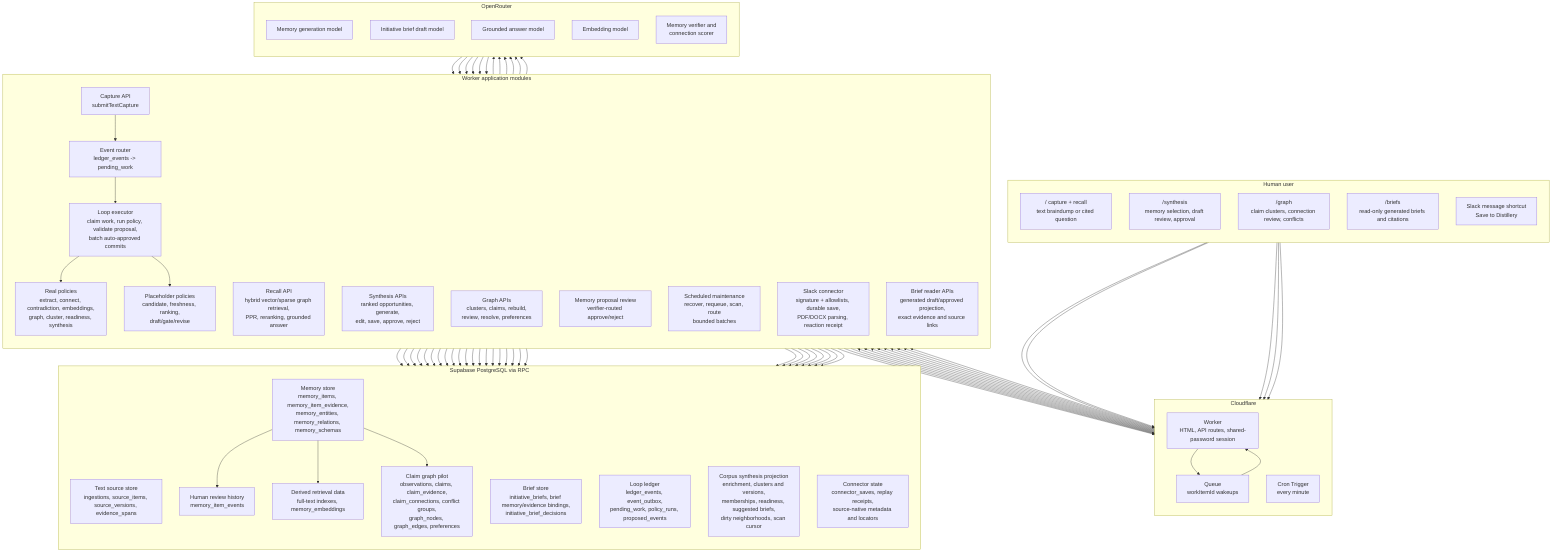
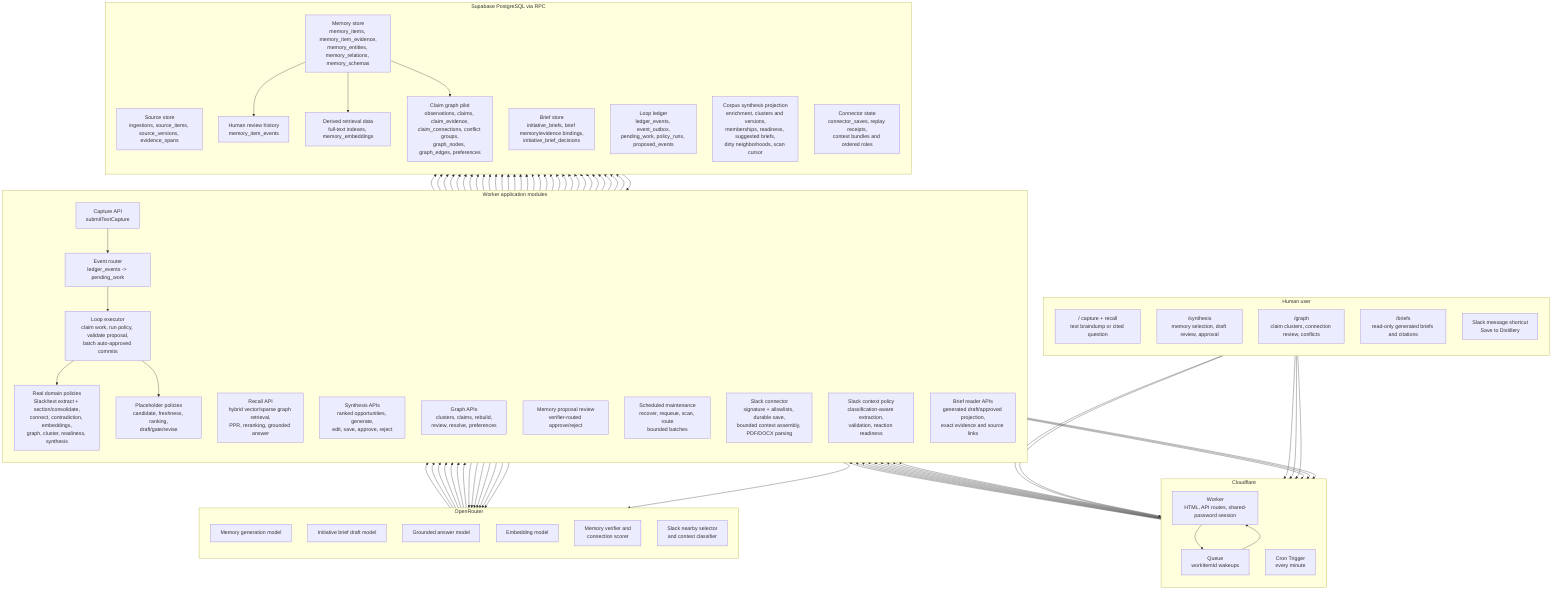
flowchart TB

%% DISTILLERY CURRENT SYSTEM
- %% Status: implemented private pilot through migration 0018 as of 2026-07-16.
+ %% Status: implemented private pilot through migration 0021 as of 2026-07-16.
%% PostgreSQL is canonical. Cloudflare Queue messages are wakeups only.

subgraph USER["Human user"]
  direction TB
  U1["/ capture + recall<br/>text braindump or cited question"]
  U2["/synthesis<br/>memory selection, draft review, approval"]
  U3["/graph<br/>claim clusters, connection review, conflicts"]
  U4["/briefs<br/>read-only generated briefs and citations"]
  U5["Slack message shortcut<br/>Save to Distillery"]
end

subgraph CF["Cloudflare"]
  direction TB
  W["Worker<br/>HTML, API routes, shared-password session"]
  Q["Queue<br/>workItemId wakeups"]
  CRON["Cron Trigger<br/>every minute"]
end

subgraph APP["Worker application modules"]
  direction TB
  A1["Capture API<br/>submitTextCapture"]
  A2["Recall API<br/>hybrid vector/sparse graph retrieval,<br/>PPR, reranking, grounded answer"]
  A3["Synthesis APIs<br/>ranked opportunities, generate,<br/>edit, save, approve, reject"]
  A4["Event router<br/>ledger_events -> pending_work"]
  A5["Loop executor<br/>claim work, run policy, validate proposal,<br/>batch auto-approved commits"]
-   A6["Real policies<br/>extract, connect, contradiction, embeddings,<br/>graph, cluster, readiness, synthesis"]
+   A6["Real domain policies<br/>Slack/text extract + section/consolidate,<br/>connect, contradiction, embeddings,<br/>graph, cluster, readiness, synthesis"]
  A7["Placeholder policies<br/>candidate, freshness, ranking,<br/>draft/gate/revise"]
  A8["Graph APIs<br/>clusters, claims, rebuild,<br/>review, resolve, preferences"]
  A9["Memory proposal review<br/>verifier-routed approve/reject"]
  A10["Scheduled maintenance<br/>recover, requeue, scan, route<br/>bounded batches"]
-   A11["Slack connector<br/>signature + allowlists, durable save,<br/>PDF/DOCX parsing, reaction receipt"]
+   A11["Slack connector<br/>signature + allowlists, durable save,<br/>bounded context assembly, PDF/DOCX parsing"]
+   A13["Slack context policy<br/>classification-aware extraction,<br/>validation, reaction readiness"]
  A12["Brief reader APIs<br/>generated draft/approved projection,<br/>exact evidence and source links"]
end

subgraph MODEL["OpenRouter"]
  direction TB
  M1["Memory generation model"]
  M2["Initiative brief draft model"]
  M3["Grounded answer model"]
  M4["Embedding model"]
  M5["Memory verifier and<br/>connection scorer"]
+   M6["Slack nearby selector<br/>and context classifier"]
end

subgraph DB["Supabase PostgreSQL via RPC"]
  direction TB
-   D1["Text source store<br/>ingestions, source_items, source_versions, evidence_spans"]
+   D1["Source store<br/>ingestions, source_items, source_versions, evidence_spans"]
  D2["Memory store<br/>memory_items, memory_item_evidence,<br/>memory_entities, memory_relations, memory_schemas"]
  D3["Human review history<br/>memory_item_events"]
  D4["Brief store<br/>initiative_briefs, brief memory/evidence bindings,<br/>initiative_brief_decisions"]
  D5["Loop ledger<br/>ledger_events, event_outbox,<br/>pending_work, policy_runs, proposed_events"]
  D6["Derived retrieval data<br/>full-text indexes, memory_embeddings"]
  D7["Claim graph pilot<br/>observations, claims, claim_evidence,<br/>claim_connections, conflict groups,<br/>graph_nodes, graph_edges, preferences"]
  D8["Corpus synthesis projection<br/>enrichment, clusters and versions,<br/>memberships, readiness, suggested briefs,<br/>dirty neighborhoods, scan cursor"]
-   D9["Connector state<br/>connector_saves, replay receipts,<br/>source-native metadata and locators"]
+   D9["Connector state<br/>connector_saves, replay receipts,<br/>context bundles and ordered roles"]
end

U1 --> W
U2 --> W
U3 --> W
U4 --> W
U5 --> W
W --> A1
W --> A2
W --> A3
W --> A8
W --> A9
W --> A11
W --> A12
W --> A4
Q --> W
W --> Q
CRON --> A10
A10 --> D5
A10 --> D8
A10 --> Q

A11 --> D9
A11 --> D1
A11 --> D5
A11 --> Q
+ A11 --> M6
+ M6 --> A11
+ D5 --> A13
+ A13 --> D1
+ A13 --> D2
+ A13 --> D5
+ A13 --> M1
A12 --> D4
A12 --> D1

A1 --> D1
A1 --> D5
A1 --> A4

A4 --> D5
A4 --> Q
A4 --> A5

A5 --> D5
A5 --> A6
A5 --> A7
A6 --> M1
A6 --> M2
A6 --> M4
A6 --> M5
M1 --> A6
M2 --> A6
M4 --> A6
M5 --> A6
A5 --> D2
A5 --> D4
A5 --> D5
A5 --> D7
A5 --> D8

A2 --> D2
A2 --> D1
A2 --> D6
A2 --> D7
A2 --> M3
M3 --> A2

A3 --> D2
A3 --> D1
A3 --> M2
M2 --> A3
A3 --> D4
A3 --> D8
A9 --> D5
A9 --> D2

D2 --> D3
D2 --> D6
D2 --> D7

A8 --> D7
A8 --> D2
